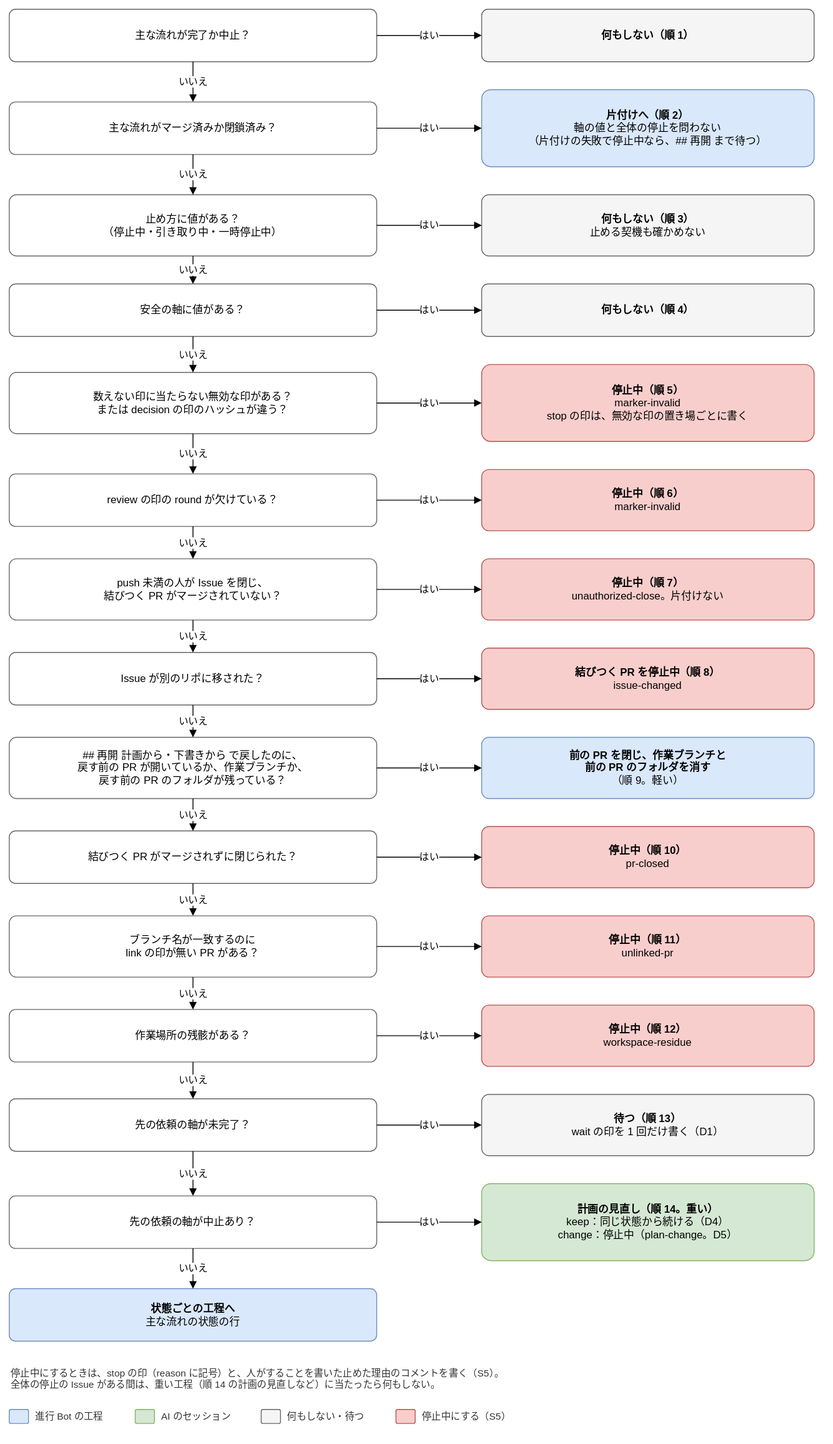
Earlier version of the draw.io export docs/design/basic/diagrams/02-next-step-stops.drawio.svg (Joymerrevent/dev-autopilot). Source tidied: cells renumbered, new cells last; positions are measured from the earlier drawing's top-left corner, leaving out a move shared by most shapes.
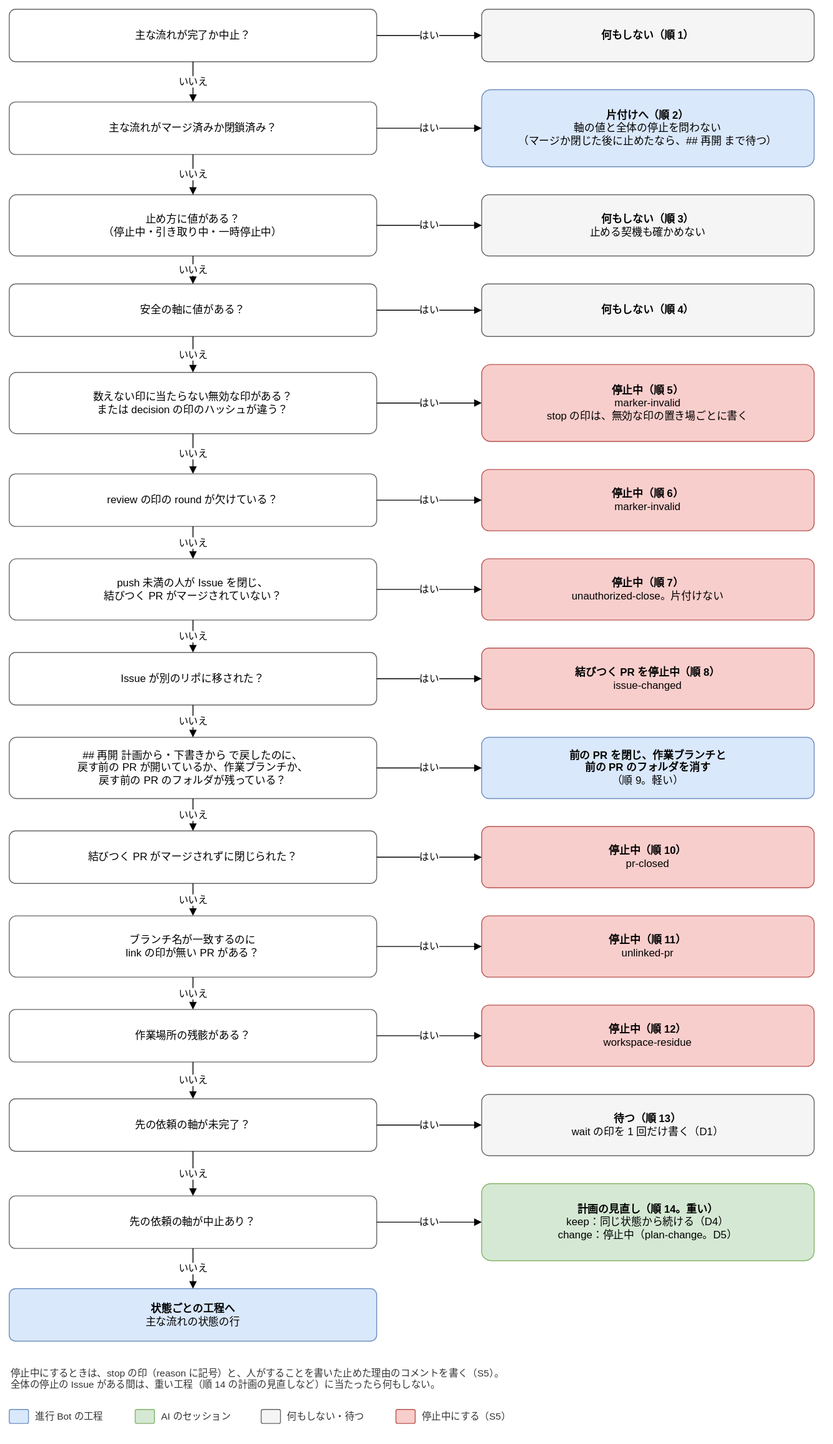
After the commit.

Commit message:
docs(design): 次の工程の図の片付けの箱を、作業場所の確かめの外れと、片付けを止める間に合わせる

Diff of the diagram source:
```diff
@@ -14,7 +14,7 @@
     <mxCell id="5" value="主な流れがマージ済みか閉鎖済み？" style="rounded=1;whiteSpace=wrap;html=1;fontSize=12;arcSize=12;spacing=12;fillColor=#ffffff;strokeColor=#666666;" parent="1" vertex="1">
       <mxGeometry y="106" width="420" height="60" as="geometry" />
     </mxCell>
-    <mxCell id="6" value="&lt;b&gt;片付けへ（順 2）&lt;/b&gt;&lt;br&gt;軸の値と全体の停止を問わない&lt;br&gt;（片付けの失敗で停止中なら、## 再開 まで待つ）" style="rounded=1;whiteSpace=wrap;html=1;fontSize=12;arcSize=12;spacing=12;fillColor=#dae8fc;strokeColor=#6c8ebf;" parent="1" vertex="1">
+    <mxCell id="6" value="&lt;b&gt;片付けへ（順 2）&lt;/b&gt;&lt;br&gt;軸の値と全体の停止を問わない&lt;br&gt;（マージか閉じた後に止めたなら、## 再開 まで待つ）" style="rounded=1;whiteSpace=wrap;html=1;fontSize=12;arcSize=12;spacing=12;fillColor=#dae8fc;strokeColor=#6c8ebf;" parent="1" vertex="1">
       <mxGeometry x="540" y="92" width="380" height="88" as="geometry" />
     </mxCell>
     <mxCell id="7" value="はい" style="edgeStyle=orthogonalEdgeStyle;rounded=1;html=1;endArrow=block;endFill=1;fontSize=11;labelBackgroundColor=#ffffff;exitX=1;exitY=0.5;exitDx=0;exitDy=0;entryX=0;entryY=0.5;entryDx=0;entryDy=0;" parent="1" edge="1" source="5" target="6">
```
